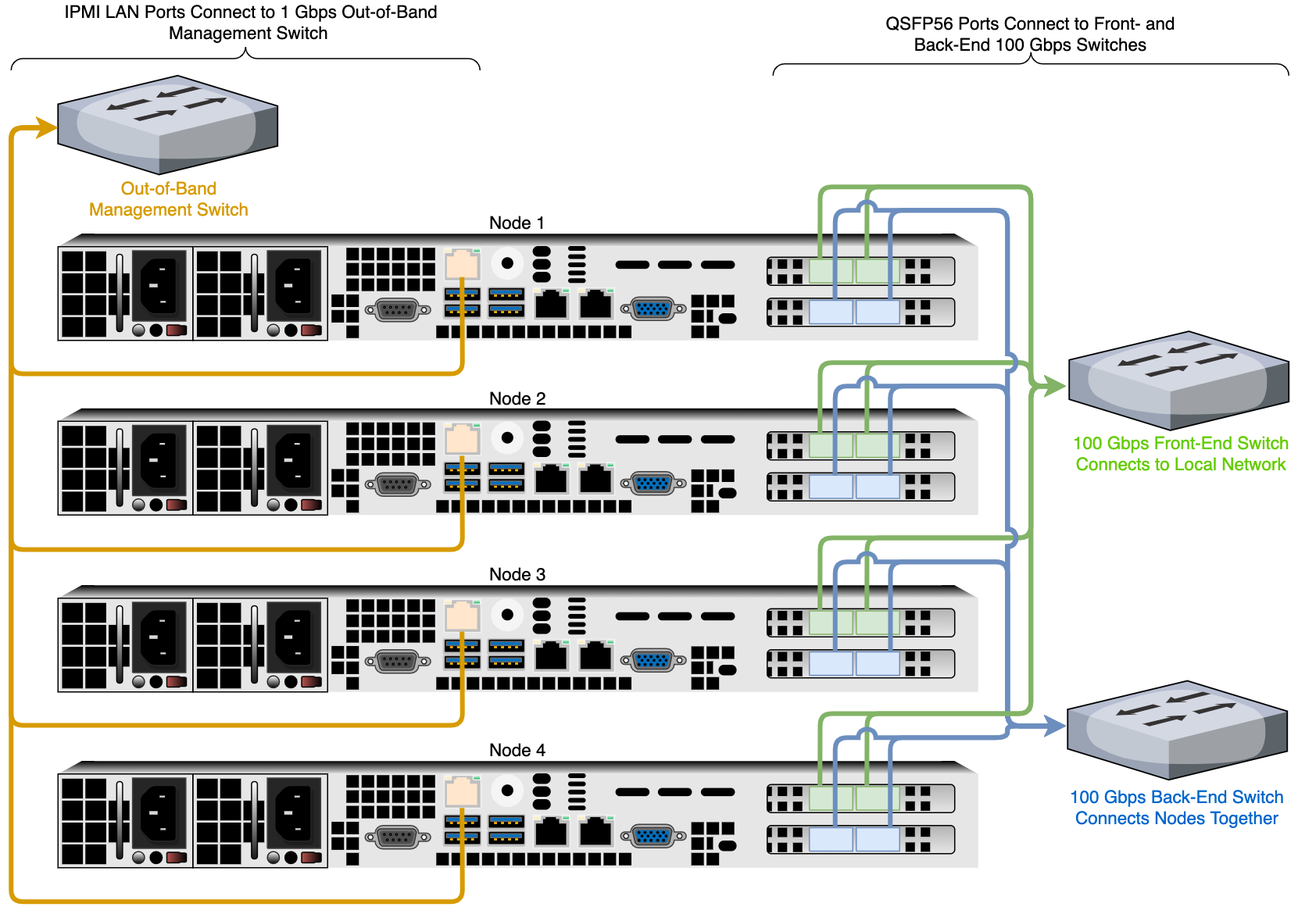
Qumulo/docs keeps this draw.io diagram as supermicro/images/supermicro-four-node-cluster-architecture-diagram.png. Above is the earlier version. Source tidied: cells renumbered, new cells last; positions are measured from the earlier drawing's top-left corner, leaving out a move shared by most shapes.
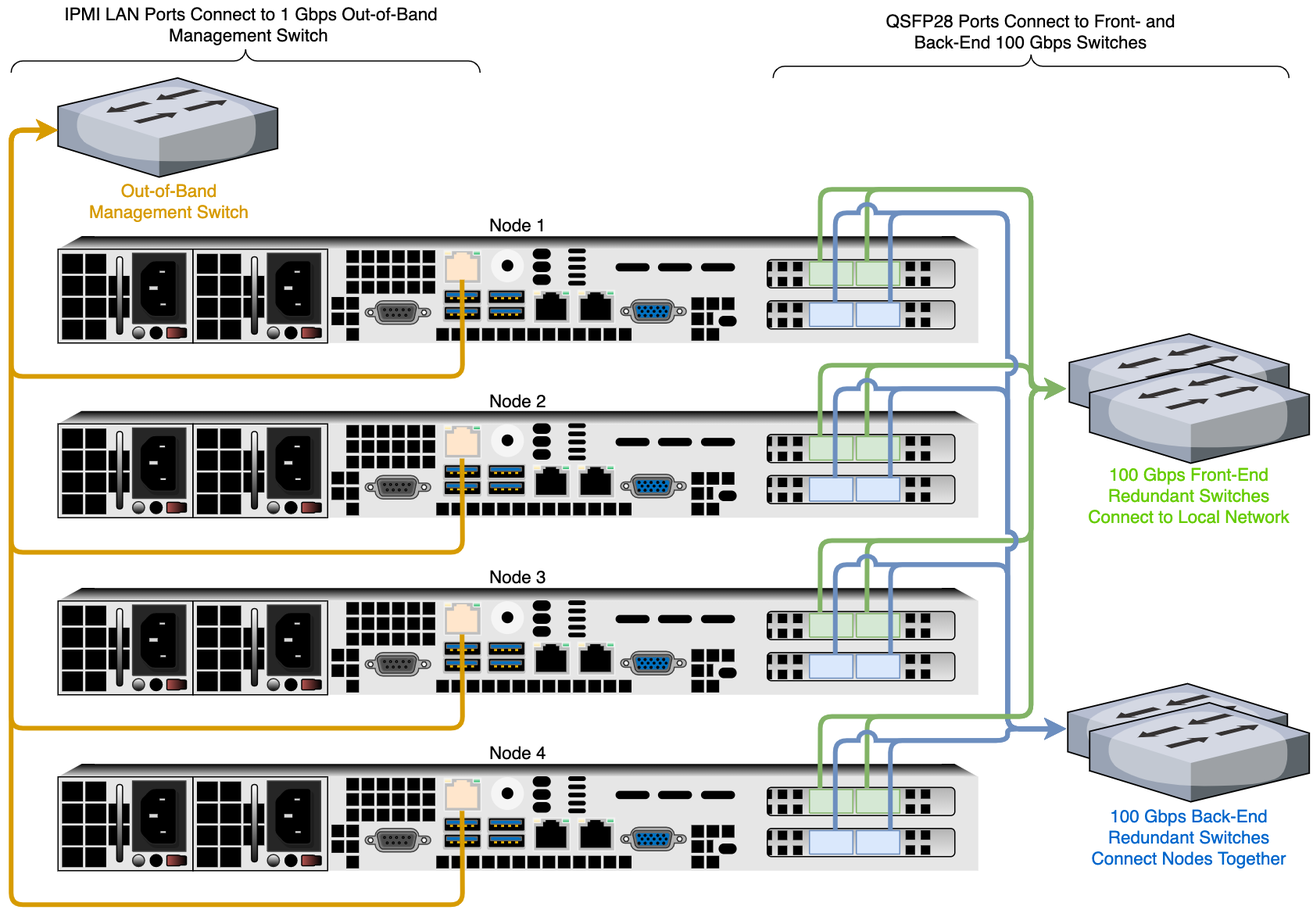
The same file after the commit.

Diff of the diagram source:
```diff
@@ -14,14 +14,14 @@
     <mxCell id="5" value="&lt;span style=&quot;font-weight: normal&quot;&gt;Node 4&lt;/span&gt;" style="text;html=1;strokeColor=none;fillColor=none;align=center;verticalAlign=middle;whiteSpace=wrap;rounded=0;shadow=0;fontSize=15;fontStyle=1;" parent="1" vertex="1">
       <mxGeometry x="40" y="621" width="785" height="20" as="geometry" />
     </mxCell>
-    <mxCell id="6" value="&lt;span style=&quot;font-weight: normal&quot;&gt;QSFP56 Ports Connect to Front- and&lt;br&gt;Back-End 100 Gbps Switches&lt;/span&gt;" style="text;html=1;strokeColor=none;fillColor=none;align=center;verticalAlign=middle;whiteSpace=wrap;rounded=0;shadow=0;fontSize=15;fontStyle=1;" parent="1" vertex="1">
-      <mxGeometry x="650" y="10" width="440" height="20" as="geometry" />
+    <mxCell id="6" value="&lt;span style=&quot;font-weight: normal&quot;&gt;QSFP28 Ports Connect to Front- and&lt;br&gt;Back-End 100 Gbps Switches&lt;/span&gt;" style="text;html=1;strokeColor=none;fillColor=none;align=center;verticalAlign=middle;whiteSpace=wrap;rounded=0;shadow=0;fontSize=15;fontStyle=1;" parent="1" vertex="1">
+      <mxGeometry x="650" y="-4" width="440" height="40" as="geometry" />
     </mxCell>
     <mxCell id="7" style="verticalLabelPosition=bottom;shadow=0;dashed=0;align=center;html=1;verticalAlign=top;strokeWidth=1;shape=mxgraph.mockup.markup.curlyBrace;fontColor=#66B2FF;" parent="1" vertex="1">
       <mxGeometry x="650" y="36" width="440" height="20" as="geometry" />
     </mxCell>
     <mxCell id="8" value="&lt;span style=&quot;font-weight: normal&quot;&gt;IPMI LAN Ports Connect to 1 Gbps Out-of-Band&lt;br&gt;Management Switch&amp;nbsp;&lt;/span&gt;" style="text;html=1;strokeColor=none;fillColor=none;align=center;verticalAlign=middle;whiteSpace=wrap;rounded=0;shadow=0;fontSize=15;fontStyle=1;" parent="1" vertex="1">
-      <mxGeometry width="410" height="20" as="geometry" />
+      <mxGeometry y="-10" width="410" height="40" as="geometry" />
     </mxCell>
     <mxCell id="9" style="verticalLabelPosition=bottom;shadow=0;dashed=0;align=center;html=1;verticalAlign=top;strokeWidth=1;shape=mxgraph.mockup.markup.curlyBrace;fontColor=#66B2FF;" parent="1" vertex="1">
       <mxGeometry y="31.5" width="400" height="20" as="geometry" />
@@ -2912,11 +2912,11 @@
     <mxCell id="971" style="verticalLabelPosition=bottom;html=1;verticalAlign=top;strokeColor=none;align=center;shape=mxgraph.citrix.switch;" parent="1" vertex="1">
       <mxGeometry x="902.7" y="274.2" width="187.3" height="84.5" as="geometry" />
     </mxCell>
-    <mxCell id="972" value="&lt;span&gt;100 Gbps Front-End Switch&lt;br&gt;Connects to Local Network&lt;br&gt;&lt;/span&gt;" style="text;html=1;strokeColor=none;fillColor=none;align=center;verticalAlign=middle;whiteSpace=wrap;rounded=0;shadow=0;fontSize=15;fontStyle=0;fontColor=#66CC00;" parent="1" vertex="1">
-      <mxGeometry x="900" y="367.8" width="197.3" height="20" as="geometry" />
+    <mxCell id="972" value="&lt;span&gt;100 Gbps Front-End Redundant Switches&lt;br&gt;Connect to Local Network&lt;br&gt;&lt;/span&gt;" style="text;html=1;strokeColor=none;fillColor=none;align=center;verticalAlign=middle;whiteSpace=wrap;rounded=0;shadow=0;fontSize=15;fontStyle=0;fontColor=#66CC00;" parent="1" vertex="1">
+      <mxGeometry x="900" y="384.5" width="210" height="55.5" as="geometry" />
     </mxCell>
-    <mxCell id="973" value="&lt;span&gt;100 Gbps Back-End Switch&lt;br&gt;Connects Nodes Together&lt;br&gt;&lt;/span&gt;" style="text;html=1;strokeColor=none;fillColor=none;align=center;verticalAlign=middle;whiteSpace=wrap;rounded=0;shadow=0;fontSize=15;fontStyle=0;fontColor=#0066CC;" parent="1" vertex="1">
-      <mxGeometry x="900" y="669.5" width="190" height="20" as="geometry" />
+    <mxCell id="973" value="&lt;span&gt;100 Gbps Back-End Redundant Switches&lt;br&gt;Connect Nodes Together&lt;br&gt;&lt;/span&gt;" style="text;html=1;strokeColor=none;fillColor=none;align=center;verticalAlign=middle;whiteSpace=wrap;rounded=0;shadow=0;fontSize=15;fontStyle=0;fontColor=#0066CC;" parent="1" vertex="1">
+      <mxGeometry x="900" y="676.5" width="210" height="53.5" as="geometry" />
     </mxCell>
     <mxCell id="974" style="endArrow=classic;html=1;strokeWidth=4;fillColor=#d5e8d4;exitX=0.184;exitY=-0.038;exitDx=0;exitDy=0;exitPerimeter=0;strokeColor=#82b366;" parent="1" edge="1">
       <mxGeometry relative="1" as="geometry">
@@ -3144,5 +3144,11 @@
     <mxCell id="995" value="&lt;span&gt;Out-of-Band&lt;br&gt;Management Switch&lt;br&gt;&lt;/span&gt;" style="text;html=1;strokeColor=none;fillColor=none;align=center;verticalAlign=middle;whiteSpace=wrap;rounded=0;shadow=0;fontSize=15;fontStyle=0;fontColor=#D79B00;" parent="1" vertex="1">
       <mxGeometry x="40" y="145.5" width="190" height="30" as="geometry" />
     </mxCell>
+    <mxCell id="996" style="verticalLabelPosition=bottom;html=1;verticalAlign=top;strokeColor=none;align=center;shape=mxgraph.citrix.switch;" parent="1" vertex="1">
+      <mxGeometry x="920" y="300" width="187.3" height="84.5" as="geometry" />
+    </mxCell>
+    <mxCell id="997" style="verticalLabelPosition=bottom;html=1;verticalAlign=top;strokeColor=none;align=center;shape=mxgraph.citrix.switch;" parent="1" vertex="1">
+      <mxGeometry x="920" y="588.8" width="187.3" height="84.5" as="geometry" />
+    </mxCell>
   </root>
 </mxGraphModel>
```
